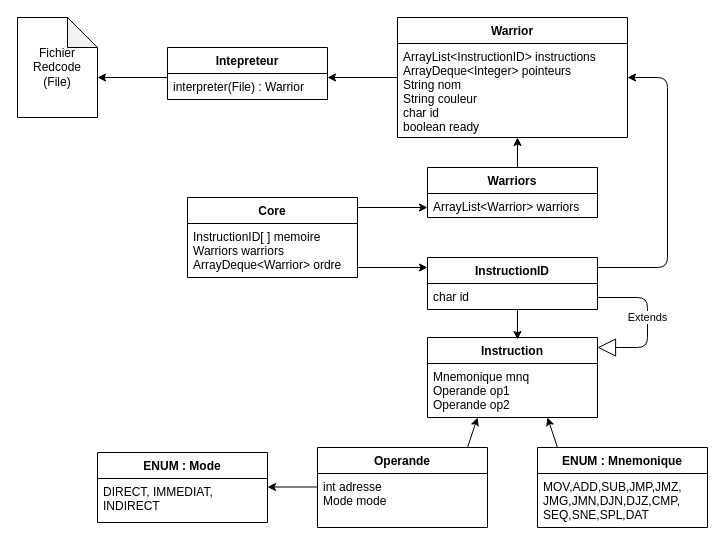
KieceDonc/CoreWar keeps this draw.io diagram as Untitled Diagram.drawio. Above is the earlier version. Source tidied: cells renumbered, new cells numbered last; positions are measured from the earlier drawing's top-left corner, leaving out a move shared by most shapes. Both pictures are drawn from the tidied source at 100%, with x=0, y=0 at pixel (17, 17).
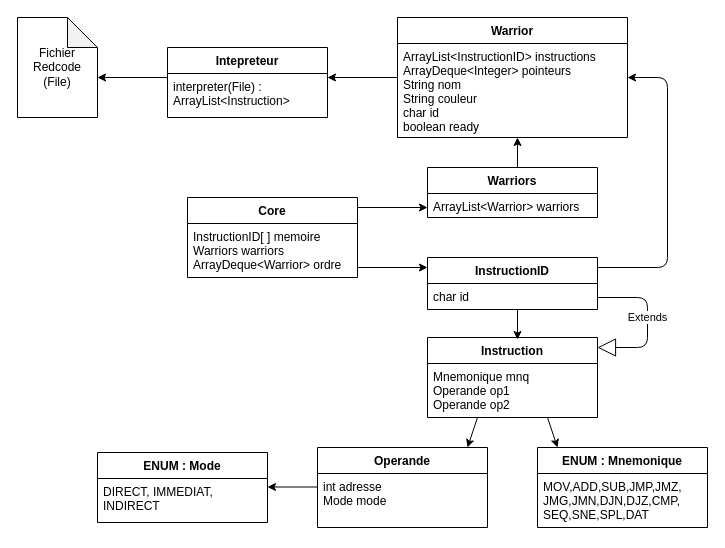
The same page after the edit.

The edit, as a diff of the source:
```diff
@@
     <mxCell id="2" value="Intepreteur" style="swimlane;fontStyle=1;horizontal=1;startSize=26;fillColor=none;" parent="1" vertex="1">
-      <mxGeometry x="150" y="30" width="160" height="52" as="geometry" />
+      <mxGeometry x="150" y="30" width="160" height="70" as="geometry" />
     </mxCell>
-    <mxCell id="3" value="interpreter(File) : Warrior" style="text;strokeColor=none;fillColor=none;align=left;verticalAlign=top;spacingLeft=4;spacingRight=4;overflow=hidden;" parent="2" vertex="1">
-      <mxGeometry y="26" width="160" height="26" as="geometry" />
+    <mxCell id="3" value="interpreter(File) : &#10;ArrayList&lt;Instruction&gt;" style="text;strokeColor=none;fillColor=none;align=left;verticalAlign=top;spacingLeft=4;spacingRight=4;overflow=hidden;" parent="2" vertex="1">
+      <mxGeometry y="26" width="160" height="44" as="geometry" />
     </mxCell>
@@
     <mxCell id="29" style="endArrow=classic;html=1;" parent="1" edge="1">
       <mxGeometry relative="1" as="geometry">
-        <mxPoint x="450" y="430" as="sourcePoint" />
-        <mxPoint x="460" y="400" as="targetPoint" />
+        <mxPoint x="460" y="400" as="sourcePoint" />
+        <mxPoint x="450" y="430" as="targetPoint" />
       </mxGeometry>
     </mxCell>
     <mxCell id="30" style="endArrow=classic;html=1;" parent="1" edge="1">
       <mxGeometry relative="1" as="geometry">
-        <mxPoint x="540" y="430" as="sourcePoint" />
-        <mxPoint x="530" y="400" as="targetPoint" />
+        <mxPoint x="530" y="400" as="sourcePoint" />
+        <mxPoint x="540" y="430" as="targetPoint" />
       </mxGeometry>
     </mxCell>
```
